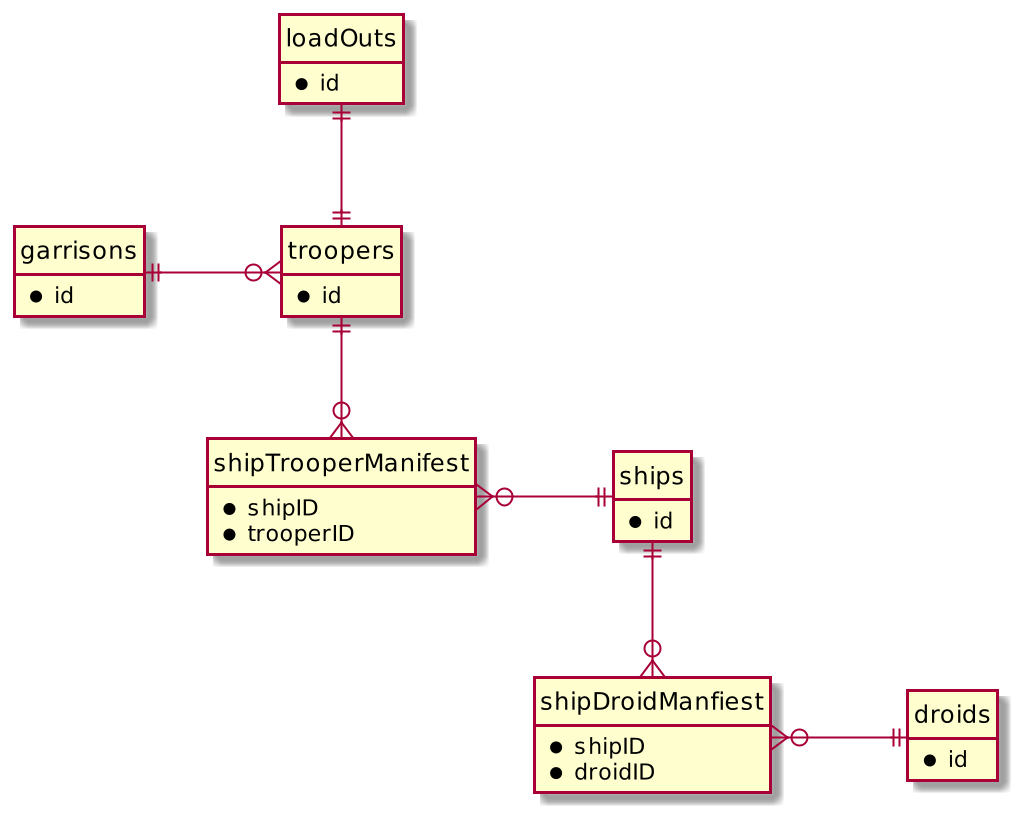
jeremytsang1/osu-cs-340-project keeps this PlantUML diagram as steps/2/step-2-draft-erd.png. Above is the earlier version.
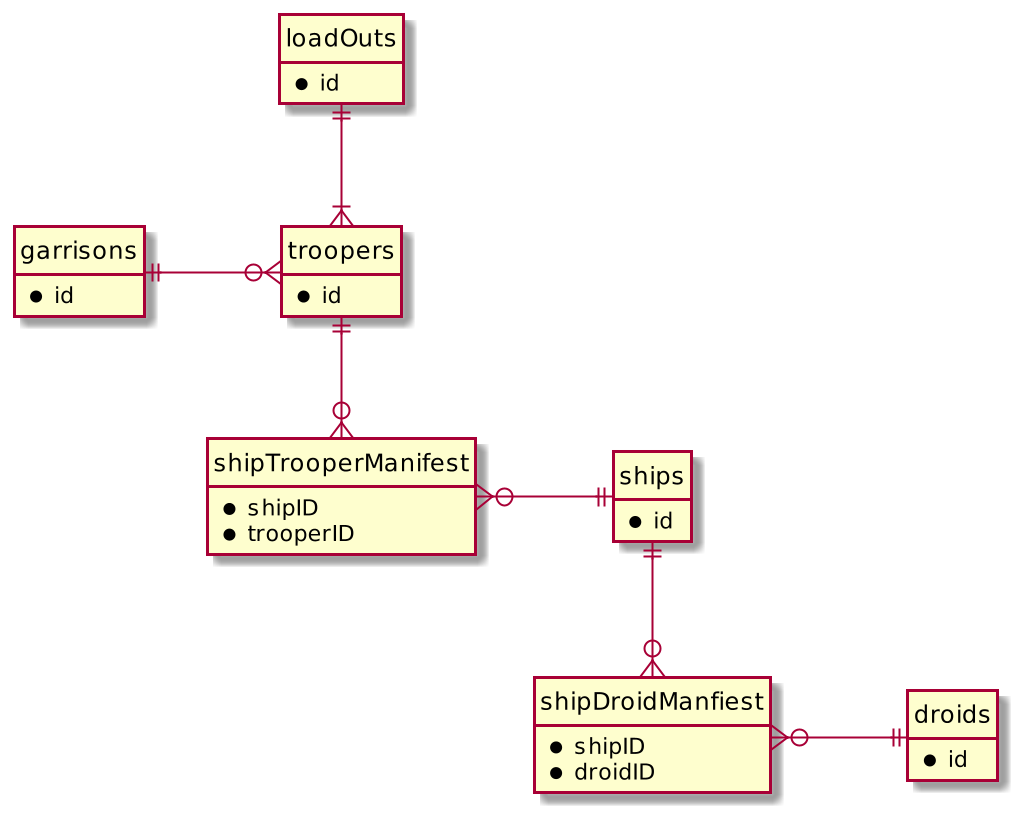
Above is the later version.

Commit message:
Change loadOuts Troopers from 1:1 to 1:M

The edit, as a diff of the source:
```diff
@@ -41,7 +41,7 @@
 
 
 garrisons ||-o{ troopers:\t
-loadOuts ||--|| troopers  /' TODO: check if this is in fact 1-to-1 or 1-to-many '/
+loadOuts ||--|{ troopers  /' TODO: check if this is in fact 1-to-1 or 1-to-many '/
 
 troopers ||--o{ shipTrooperManifest
 shipTrooperManifest }o-|| ships:\t
```
